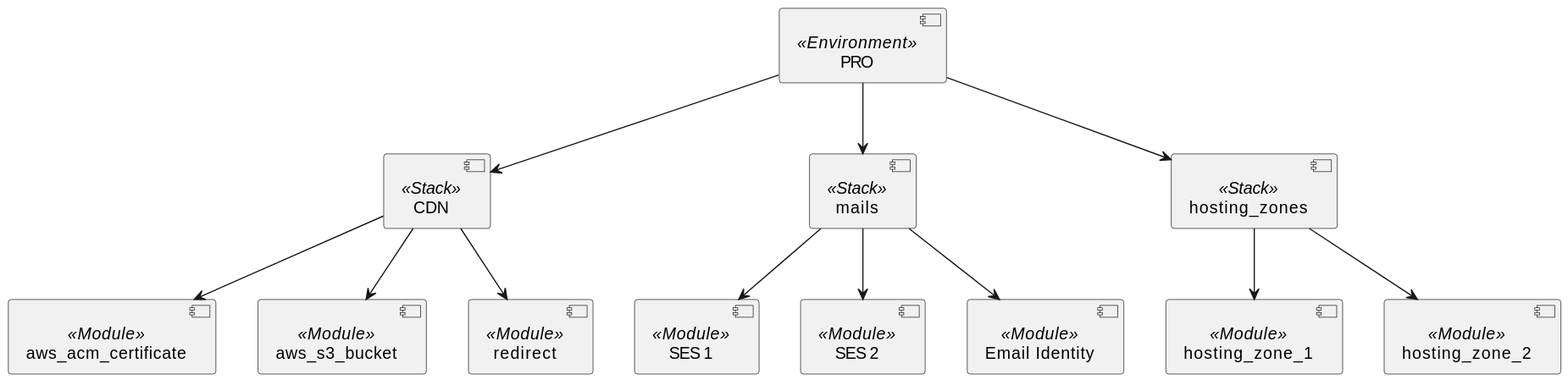
This is diagrams/terraform-structure.svg from copotrzebne-pl/infrastructure, a PlantUML export, as it was before one commit.
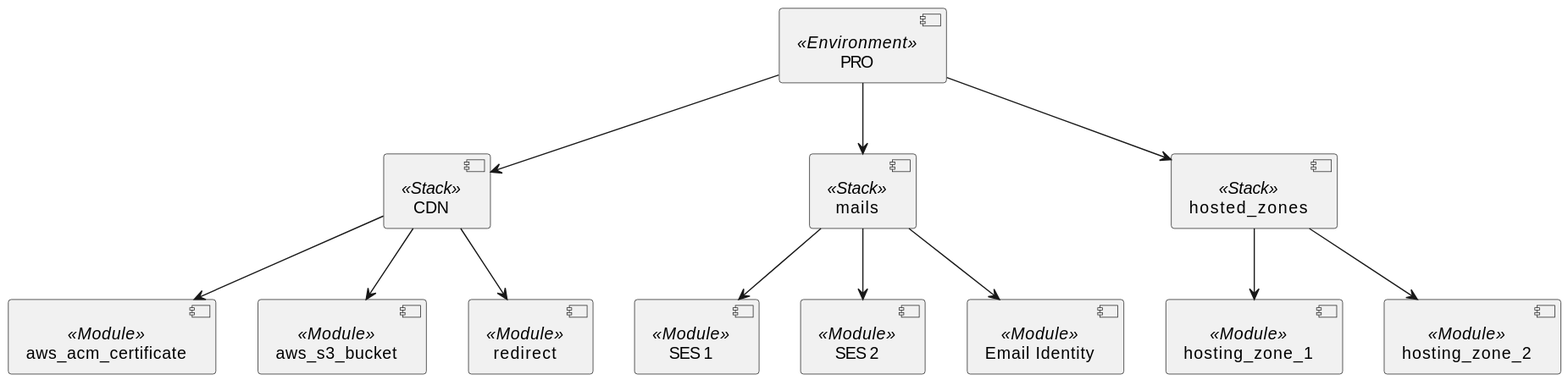
After the change.

The edit, as a diff of the source:
```diff
@@ -4,7 +4,7 @@
 
 component [CDN] <<Stack>> as cdn
 component [mails] <<Stack>> as mails
-component [hosting_zones] <<Stack>> as dns
+component [hosted_zones] <<Stack>> as dns
 
 component [aws_acm_certificate] <<Module>> as cert
 component [aws_s3_bucket] <<Module>> as s3
```
